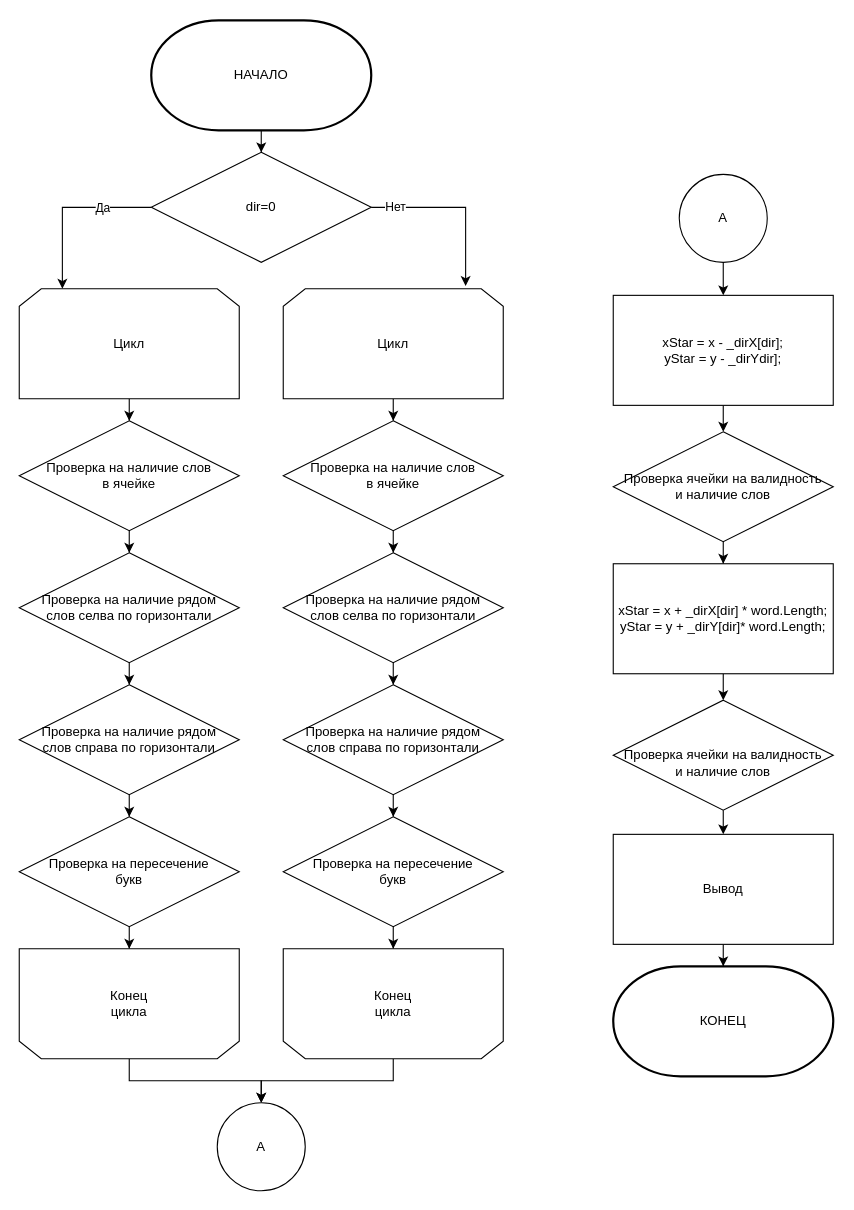
Earlier version of the draw.io diagram qweasdaw.drawio (visibleair/Maket-Free-Wall). Source tidied: cells renumbered, new cells numbered last; positions are measured from the earlier drawing's top-left corner, leaving out a move shared by most shapes. Both pictures are drawn from the tidied source at 110%, with x=0, y=0 at pixel (19, 20).
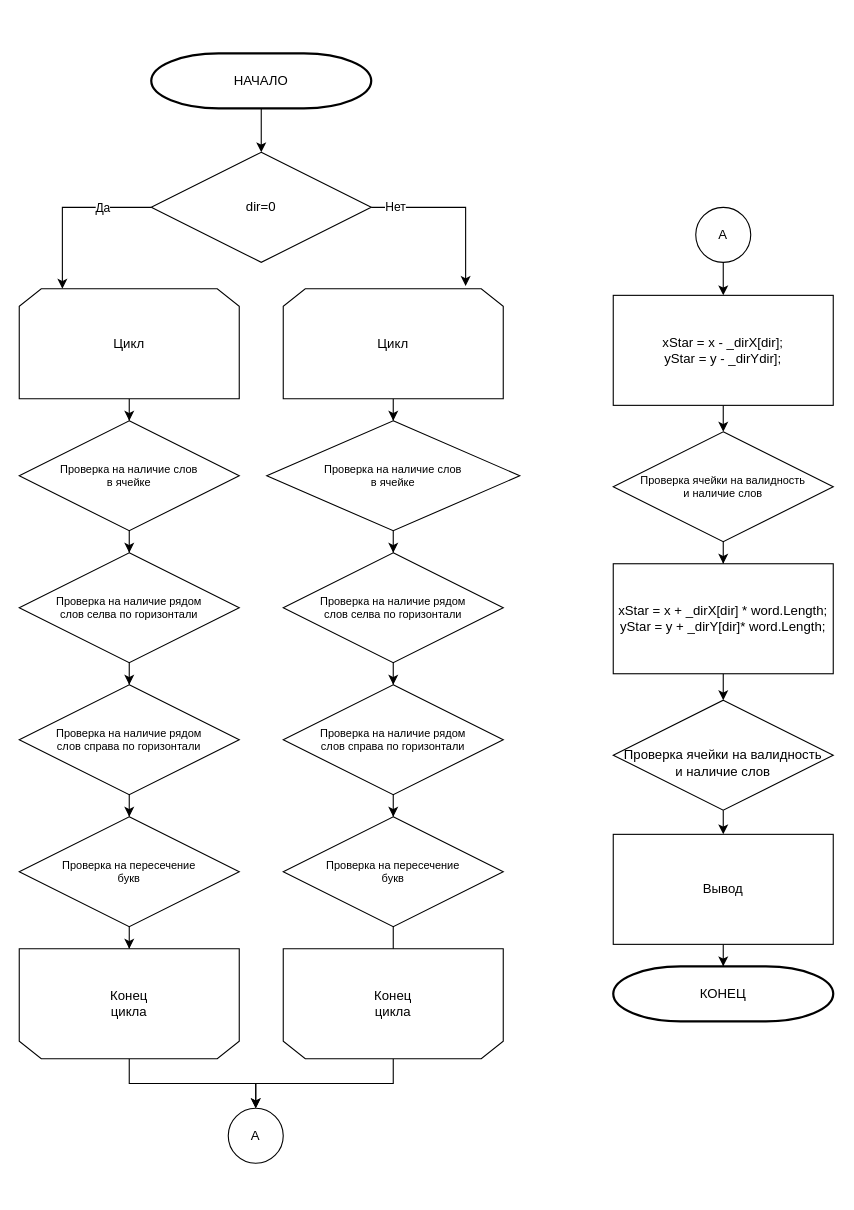
Above is the later version.

Unchanged cells that the change refers to:
```xml
<mxCell id="33" style="shape=loopLimit;whiteSpace=wrap;html=1;rotation=-180;" parent="1" vertex="1">
  <mxGeometry x="240" y="844" width="200" height="100" as="geometry" />
</mxCell>
<mxCell id="34" value="Конец цикла" style="text;html=1;strokeColor=none;fillColor=none;align=center;verticalAlign=middle;whiteSpace=wrap;rounded=0;" parent="1" vertex="1">
  <mxGeometry x="310" y="879" width="60" height="30" as="geometry" />
</mxCell>
```

Diff of the diagram source:
```diff
@@
     <mxCell id="3" value="НАЧАЛО" style="strokeWidth=2;html=1;shape=mxgraph.flowchart.terminator;whiteSpace=wrap;" parent="1" vertex="1">
-      <mxGeometry x="120" width="200" height="100" as="geometry" />
+      <mxGeometry x="120" y="30" width="200" height="50" as="geometry" />
     </mxCell>
@@
-    <mxCell id="12" value="&lt;div&gt;Проверка на наличие слов&lt;/div&gt;&lt;div&gt;в ячейке&lt;br&gt;&lt;/div&gt;" style="rhombus;whiteSpace=wrap;html=1;" parent="1" vertex="1">
+    <mxCell id="12" value="&lt;div style=&quot;font-size: 10px&quot;&gt;&lt;font style=&quot;font-size: 10px&quot;&gt;Проверка на наличие слов&lt;/font&gt;&lt;/div&gt;&lt;div style=&quot;font-size: 10px&quot;&gt;&lt;font style=&quot;font-size: 10px&quot;&gt;в ячейке&lt;br&gt;&lt;/font&gt;&lt;/div&gt;" style="rhombus;whiteSpace=wrap;html=1;" parent="1" vertex="1">
       <mxGeometry y="364" width="200" height="100" as="geometry" />
     </mxCell>
@@
-    <mxCell id="14" value="&lt;div&gt;Проверка на наличие рядом&lt;/div&gt;&lt;div&gt;слов селва по горизонтали&lt;br&gt;&lt;/div&gt;" style="rhombus;whiteSpace=wrap;html=1;" parent="1" vertex="1">
+    <mxCell id="14" value="&lt;div style=&quot;font-size: 10px&quot;&gt;&lt;font style=&quot;font-size: 10px&quot;&gt;Проверка на наличие рядом&lt;/font&gt;&lt;/div&gt;&lt;div style=&quot;font-size: 10px&quot;&gt;&lt;font style=&quot;font-size: 10px&quot;&gt;слов селва по горизонтали&lt;br&gt;&lt;/font&gt;&lt;/div&gt;" style="rhombus;whiteSpace=wrap;html=1;" parent="1" vertex="1">
       <mxGeometry y="484" width="200" height="100" as="geometry" />
     </mxCell>
@@
-    <mxCell id="16" value="&lt;div&gt;Проверка на наличие рядом&lt;/div&gt;&lt;div&gt;слов справа по горизонтали&lt;br&gt;&lt;/div&gt;" style="rhombus;whiteSpace=wrap;html=1;" parent="1" vertex="1">
+    <mxCell id="16" value="&lt;div style=&quot;font-size: 10px&quot;&gt;&lt;font style=&quot;font-size: 10px&quot;&gt;Проверка на наличие рядом&lt;/font&gt;&lt;/div&gt;&lt;div style=&quot;font-size: 10px&quot;&gt;&lt;font style=&quot;font-size: 10px&quot;&gt;слов справа по горизонтали&lt;br&gt;&lt;/font&gt;&lt;/div&gt;" style="rhombus;whiteSpace=wrap;html=1;" parent="1" vertex="1">
       <mxGeometry y="604" width="200" height="100" as="geometry" />
     </mxCell>
@@
-    <mxCell id="18" value="&lt;div&gt;Проверка на пересечение&lt;/div&gt;&lt;div&gt;букв&lt;br&gt;&lt;/div&gt;" style="rhombus;whiteSpace=wrap;html=1;" parent="1" vertex="1">
+    <mxCell id="18" value="&lt;div style=&quot;font-size: 10px&quot;&gt;&lt;font style=&quot;font-size: 10px&quot;&gt;Проверка на пересечение&lt;/font&gt;&lt;/div&gt;&lt;div style=&quot;font-size: 10px&quot;&gt;&lt;font style=&quot;font-size: 10px&quot;&gt;букв&lt;br&gt;&lt;/font&gt;&lt;/div&gt;" style="rhombus;whiteSpace=wrap;html=1;" parent="1" vertex="1">
       <mxGeometry y="724" width="200" height="100" as="geometry" />
     </mxCell>
@@
-    <mxCell id="24" style="edgeStyle=orthogonalEdgeStyle;rounded=0;jettySize=auto;html=1;" parent="1" edge="1" source="25" target="27">
+    <mxCell id="24" style="edgeStyle=orthogonalEdgeStyle;rounded=0;jettySize=auto;html=1;fontSize=10;" parent="1" edge="1" source="25" target="27">
       <mxGeometry relative="1" as="geometry" />
     </mxCell>
-    <mxCell id="25" value="&lt;div&gt;Проверка на наличие слов&lt;/div&gt;&lt;div&gt;в ячейке&lt;br&gt;&lt;/div&gt;" style="rhombus;whiteSpace=wrap;html=1;" parent="1" vertex="1">
-      <mxGeometry x="240" y="364" width="200" height="100" as="geometry" />
+    <mxCell id="25" value="&lt;div style=&quot;font-size: 10px&quot;&gt;&lt;font style=&quot;font-size: 10px&quot;&gt;Проверка на наличие слов&lt;/font&gt;&lt;/div&gt;&lt;div style=&quot;font-size: 10px&quot;&gt;&lt;font style=&quot;font-size: 10px&quot;&gt;в ячейке&lt;br&gt;&lt;/font&gt;&lt;/div&gt;" style="rhombus;whiteSpace=wrap;html=1;" parent="1" vertex="1">
+      <mxGeometry x="225" y="364" width="230" height="100" as="geometry" />
     </mxCell>
-    <mxCell id="26" style="edgeStyle=orthogonalEdgeStyle;rounded=0;jettySize=auto;html=1;" parent="1" edge="1" source="27" target="29">
+    <mxCell id="26" style="edgeStyle=orthogonalEdgeStyle;rounded=0;jettySize=auto;html=1;fontSize=10;" parent="1" edge="1" source="27" target="29">
       <mxGeometry relative="1" as="geometry" />
     </mxCell>
-    <mxCell id="27" value="&lt;div&gt;Проверка на наличие рядом&lt;/div&gt;&lt;div&gt;слов селва по горизонтали&lt;br&gt;&lt;/div&gt;" style="rhombus;whiteSpace=wrap;html=1;" parent="1" vertex="1">
+    <mxCell id="27" value="&lt;div style=&quot;font-size: 10px&quot;&gt;&lt;font style=&quot;font-size: 10px&quot;&gt;Проверка на наличие рядом&lt;/font&gt;&lt;/div&gt;&lt;div style=&quot;font-size: 10px&quot;&gt;&lt;font style=&quot;font-size: 10px&quot;&gt;слов селва по горизонтали&lt;br&gt;&lt;/font&gt;&lt;/div&gt;" style="rhombus;whiteSpace=wrap;html=1;" parent="1" vertex="1">
       <mxGeometry x="240" y="484" width="200" height="100" as="geometry" />
     </mxCell>
-    <mxCell id="28" style="edgeStyle=orthogonalEdgeStyle;rounded=0;jettySize=auto;html=1;" parent="1" edge="1" source="29" target="31">
+    <mxCell id="28" style="edgeStyle=orthogonalEdgeStyle;rounded=0;jettySize=auto;html=1;fontSize=10;" parent="1" edge="1" source="29" target="31">
       <mxGeometry relative="1" as="geometry" />
     </mxCell>
-    <mxCell id="29" value="&lt;div&gt;Проверка на наличие рядом&lt;/div&gt;&lt;div&gt;слов справа по горизонтали&lt;br&gt;&lt;/div&gt;" style="rhombus;whiteSpace=wrap;html=1;" parent="1" vertex="1">
+    <mxCell id="29" value="&lt;div style=&quot;font-size: 10px&quot;&gt;&lt;font style=&quot;font-size: 10px&quot;&gt;Проверка на наличие рядом&lt;/font&gt;&lt;/div&gt;&lt;div style=&quot;font-size: 10px&quot;&gt;&lt;font style=&quot;font-size: 10px&quot;&gt;слов справа по горизонтали&lt;br&gt;&lt;/font&gt;&lt;/div&gt;" style="rhombus;whiteSpace=wrap;html=1;" parent="1" vertex="1">
       <mxGeometry x="240" y="604" width="200" height="100" as="geometry" />
     </mxCell>
-    <mxCell id="30" style="edgeStyle=orthogonalEdgeStyle;rounded=0;jettySize=auto;html=1;" parent="1" edge="1" source="31" target="33">
-      <mxGeometry relative="1" as="geometry" />
-    </mxCell>
+    <mxCell id="49" style="edgeStyle=orthogonalEdgeStyle;rounded=0;jettySize=auto;html=1;fontSize=10;" parent="1" edge="1" source="31" target="34">
+      <mxGeometry relative="1" as="geometry" />
+    </mxCell>
-    <mxCell id="31" value="&lt;div&gt;Проверка на пересечение&lt;/div&gt;&lt;div&gt;букв&lt;br&gt;&lt;/div&gt;" style="rhombus;whiteSpace=wrap;html=1;" parent="1" vertex="1">
+    <mxCell id="31" value="&lt;div style=&quot;font-size: 10px&quot;&gt;&lt;font style=&quot;font-size: 10px&quot;&gt;Проверка на пересечение&lt;/font&gt;&lt;/div&gt;&lt;div style=&quot;font-size: 10px&quot;&gt;&lt;font style=&quot;font-size: 10px&quot;&gt;букв&lt;br&gt;&lt;/font&gt;&lt;/div&gt;" style="rhombus;whiteSpace=wrap;html=1;" parent="1" vertex="1">
       <mxGeometry x="240" y="724" width="200" height="100" as="geometry" />
     </mxCell>
@@
     <mxCell id="35" value="А" style="ellipse;whiteSpace=wrap;html=1;" parent="1" vertex="1">
-      <mxGeometry x="180" y="984" width="80" height="80" as="geometry" />
+      <mxGeometry x="190" y="989" width="50" height="50" as="geometry" />
     </mxCell>
@@
     <mxCell id="37" value="А" style="ellipse;whiteSpace=wrap;html=1;" parent="1" vertex="1">
-      <mxGeometry x="600" y="140" width="80" height="80" as="geometry" />
+      <mxGeometry x="615" y="170" width="50" height="50" as="geometry" />
     </mxCell>
@@
-    <mxCell id="41" value="&lt;div&gt;Проверка ячейки на валидность&lt;/div&gt;&lt;div&gt;и наличие слов&lt;br&gt;&lt;/div&gt;" style="rhombus;whiteSpace=wrap;html=1;" parent="1" vertex="1">
+    <mxCell id="41" value="&lt;div style=&quot;font-size: 10px&quot;&gt;&lt;font style=&quot;font-size: 10px&quot;&gt;Проверка ячейки на валидность&lt;/font&gt;&lt;/div&gt;&lt;div style=&quot;font-size: 10px&quot;&gt;&lt;font style=&quot;font-size: 10px&quot;&gt;и наличие слов&lt;br&gt;&lt;/font&gt;&lt;/div&gt;" style="rhombus;whiteSpace=wrap;html=1;" parent="1" vertex="1">
       <mxGeometry x="540" y="374" width="200" height="100" as="geometry" />
     </mxCell>
@@
     <mxCell id="48" value="КОНЕЦ" style="strokeWidth=2;html=1;shape=mxgraph.flowchart.terminator;whiteSpace=wrap;" parent="1" vertex="1">
-      <mxGeometry x="540" y="860" width="200" height="100" as="geometry" />
+      <mxGeometry x="540" y="860" width="200" height="50" as="geometry" />
     </mxCell>
```
